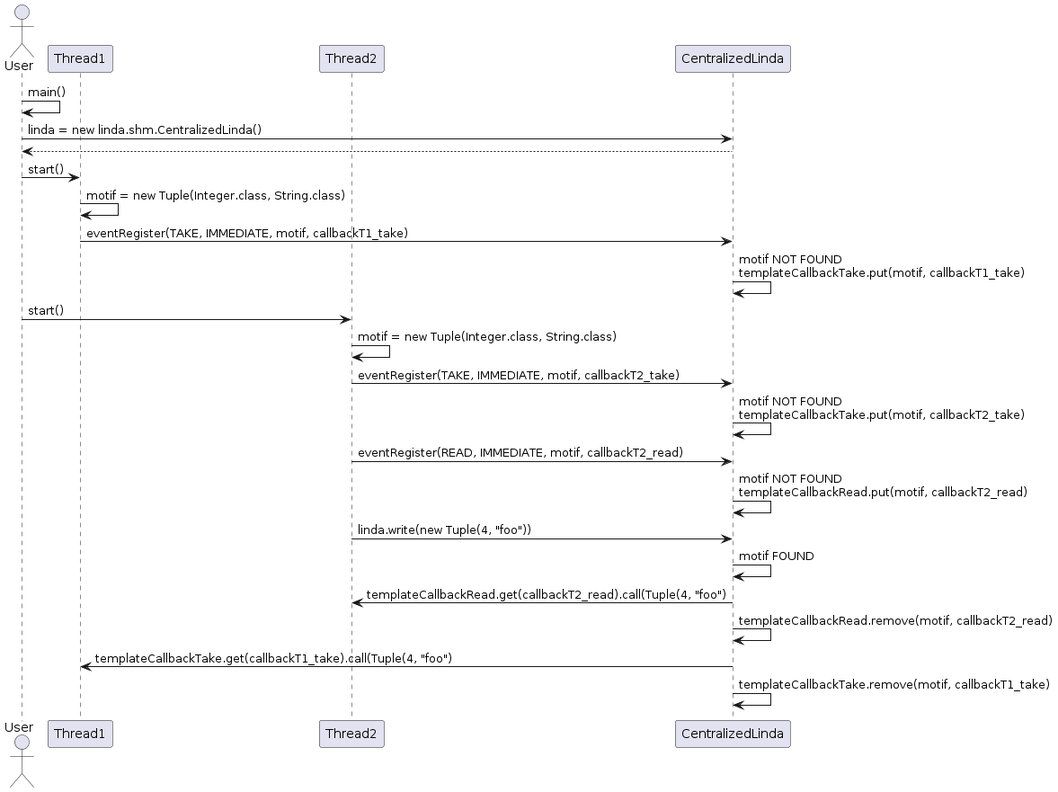
Earlier version of the PlantUML export out/linda/shm/Diagram/Sequences/Sequence_callbacks/Sequence_callbacks.png (HayZun/Intergiciel).
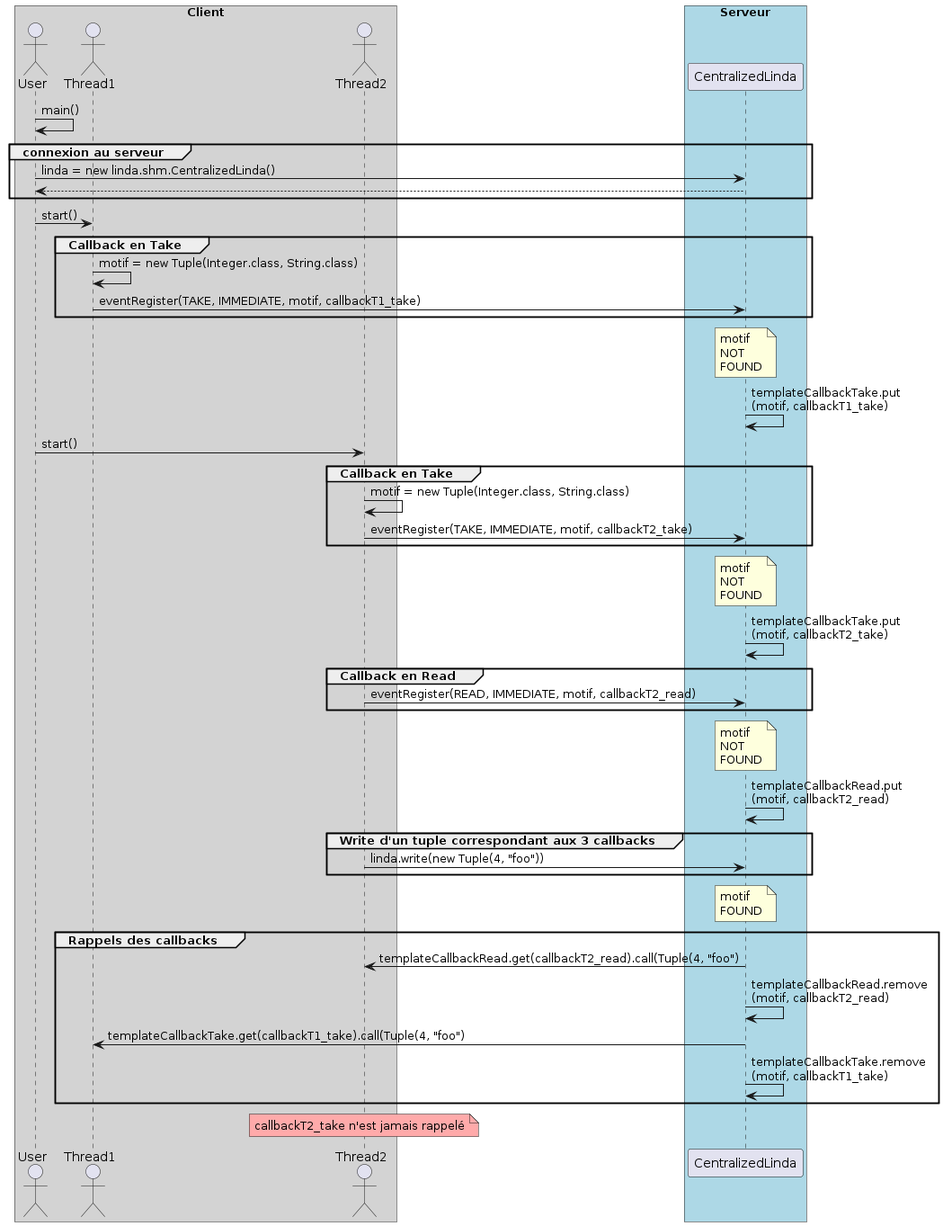
After the commit.

Diff of the diagram source:
```diff
@@ -1,46 +1,82 @@
 @startuml
 
+box "Client" #LightGrey
 actor User
-participant Thread1
-participant Thread2
+actor Thread1
+actor Thread2
+end box
+box "Serveur" #LightBlue
 participant "CentralizedLinda" as Linda
+end box
 
 User -> User: main()
+
+group connexion au serveur
 
 User -> Linda: linda = new linda.shm.CentralizedLinda()
 
 Linda --> User
 
+end
+
 User -> Thread1: start()
+
+group Callback en Take
 
 Thread1 -> Thread1 : motif = new Tuple(Integer.class, String.class)
 
 Thread1 -> Linda: eventRegister(TAKE, IMMEDIATE, motif, callbackT1_take)
 
-Linda -> Linda : motif NOT FOUND \ntemplateCallbackTake.put(motif, callbackT1_take)
+end
+
+note over Linda : motif \nNOT \nFOUND
+
+Linda -> Linda : templateCallbackTake.put\n(motif, callbackT1_take)
 
 User -> Thread2: start()
+
+group Callback en Take
 
 Thread2 -> Thread2 : motif = new Tuple(Integer.class, String.class)
 
 Thread2 -> Linda: eventRegister(TAKE, IMMEDIATE, motif, callbackT2_take)
 
-Linda -> Linda : motif NOT FOUND \ntemplateCallbackTake.put(motif, callbackT2_take)
+end
+
+note over Linda : motif \nNOT \nFOUND
+
+Linda -> Linda : templateCallbackTake.put\n(motif, callbackT2_take)
+
+group Callback en Read
 
 Thread2 -> Linda: eventRegister(READ, IMMEDIATE, motif, callbackT2_read)
 
-Linda -> Linda : motif NOT FOUND \ntemplateCallbackRead.put(motif, callbackT2_read)
+end
+
+note over Linda : motif \nNOT \nFOUND
+
+Linda -> Linda : templateCallbackRead.put\n(motif, callbackT2_read)
+
+group Write d'un tuple correspondant aux 3 callbacks
 
 Thread2 -> Linda: linda.write(new Tuple(4, "foo"))
 
-Linda -> Linda : motif FOUND
+end
+
+note over Linda : motif \nFOUND
+
+group Rappels des callbacks
 
 Linda -> Thread2 : templateCallbackRead.get(callbackT2_read).call(Tuple(4, "foo")
 
-Linda -> Linda : templateCallbackRead.remove(motif, callbackT2_read)
+Linda -> Linda : templateCallbackRead.remove\n(motif, callbackT2_read)
 
 Linda -> Thread1 : templateCallbackTake.get(callbackT1_take).call(Tuple(4, "foo")
 
-Linda -> Linda : templateCallbackTake.remove(motif, callbackT1_take)
+Linda -> Linda : templateCallbackTake.remove\n(motif, callbackT1_take)
+
+end
+
+note over Thread2 #FFAAAA: callbackT2_take n'est jamais rappelé
 
 @enduml
```
